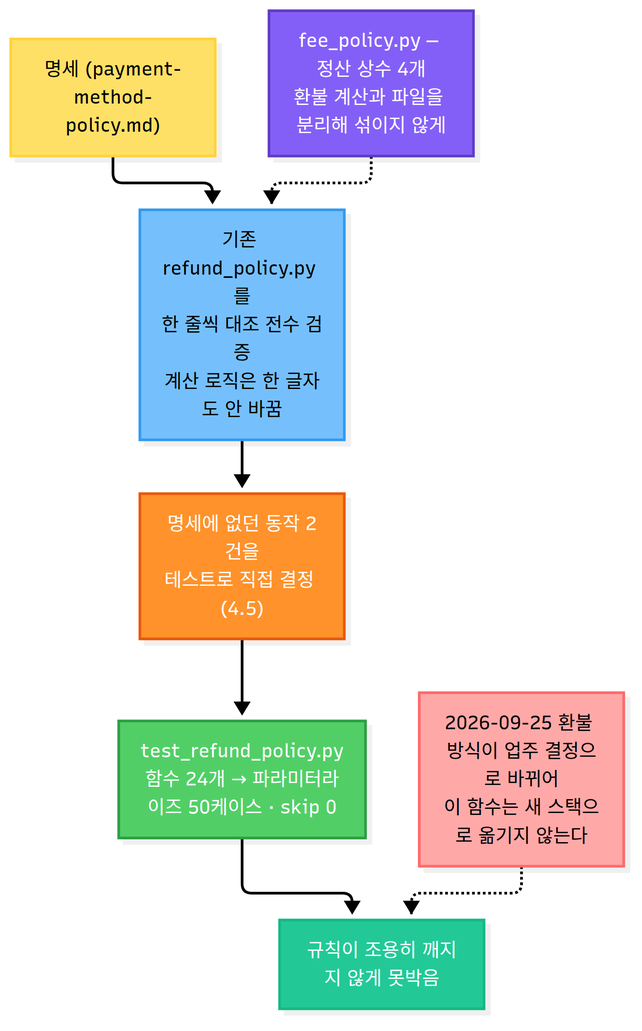
ChaeUngLim/kdancex4 keeps this Mermaid diagram as _workspace/guides/diagrams/sch03-c-tests.png. Above is the earlier version. Its source is kept beside it as _workspace/guides/diagrams/sch03-c-tests.mmd. Its diagram source:
```mermaid
flowchart TB
  classDef coral fill:#ff6b6b,stroke:#c92a2a,color:#fff
  classDef ocean fill:#4c6ef5,stroke:#364fc7,color:#fff
  classDef forest fill:#51cf66,stroke:#2f9e44,color:#fff
  classDef grape fill:#845ef7,stroke:#5f3dc4,color:#fff
  classDef amber fill:#ff922b,stroke:#e8590c,color:#fff
  classDef teal fill:#20c997,stroke:#12b886,color:#fff
  classDef sky fill:#74c0fc,stroke:#339af0,color:#000
  classDef lavender fill:#d0bfff,stroke:#9775fa,color:#000
  classDef rose fill:#ffa8a8,stroke:#ff6b6b,color:#000
  classDef lemon fill:#ffe066,stroke:#ffd43b,color:#000
  classDef mint fill:#8ce99a,stroke:#51cf66,color:#000
  S["명세 (payment-method-policy.md)"]:::lemon --> V["기존 refund_policy.py 를<br/>한 줄씩 대조 전수 검증<br/>계산 로직은 한 글자도 안 바꿈"]:::sky
  V --> G["명세에 없던 동작 2건을<br/>테스트로 직접 결정 (4.5)"]:::amber
  G --> T["test_refund_policy.py<br/>함수 24개 → 파라미터라이즈 50케이스 · skip 0"]:::forest
  T --> R["규칙이 조용히 깨지지 않게 못박음"]:::teal
  FEE["fee_policy.py — 정산 상수 4개<br/>환불 계산과 파일을 분리해 섞이지 않게"]:::grape -.-> V
  NOTE["2026-09-25 환불 방식이 업주 결정으로 바뀌어<br/>이 함수는 새 스택으로 옮기지 않는다"]:::rose -.-> R
```
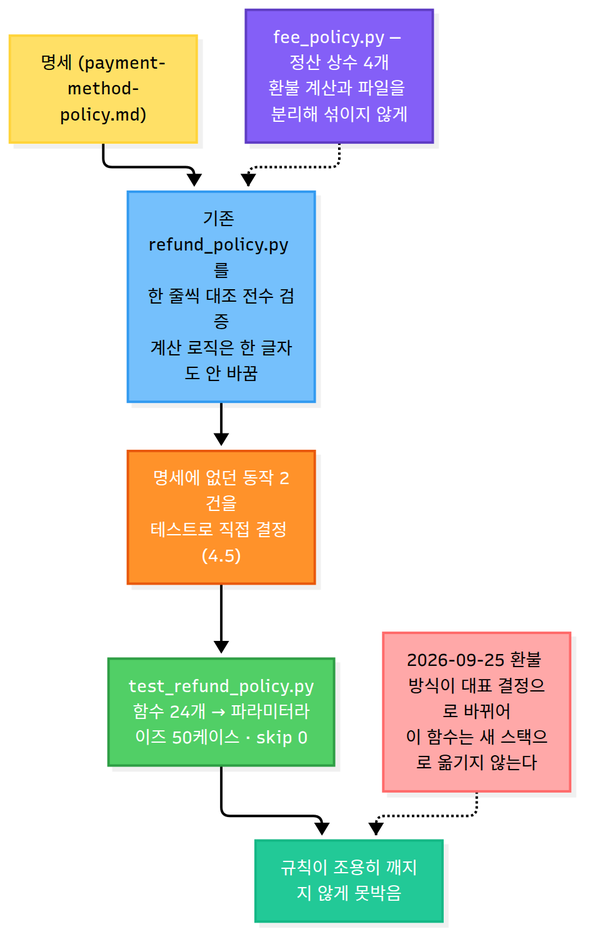
The same diagram one commit later.

The edit, as a diff of the source:
```diff
@@ -15,4 +15,4 @@
   G --> T["test_refund_policy.py<br/>함수 24개 → 파라미터라이즈 50케이스 · skip 0"]:::forest
   T --> R["규칙이 조용히 깨지지 않게 못박음"]:::teal
   FEE["fee_policy.py — 정산 상수 4개<br/>환불 계산과 파일을 분리해 섞이지 않게"]:::grape -.-> V
-  NOTE["2026-09-25 환불 방식이 업주 결정으로 바뀌어<br/>이 함수는 새 스택으로 옮기지 않는다"]:::rose -.-> R
+  NOTE["2026-09-25 환불 방식이 대표 결정으로 바뀌어<br/>이 함수는 새 스택으로 옮기지 않는다"]:::rose -.-> R
```
